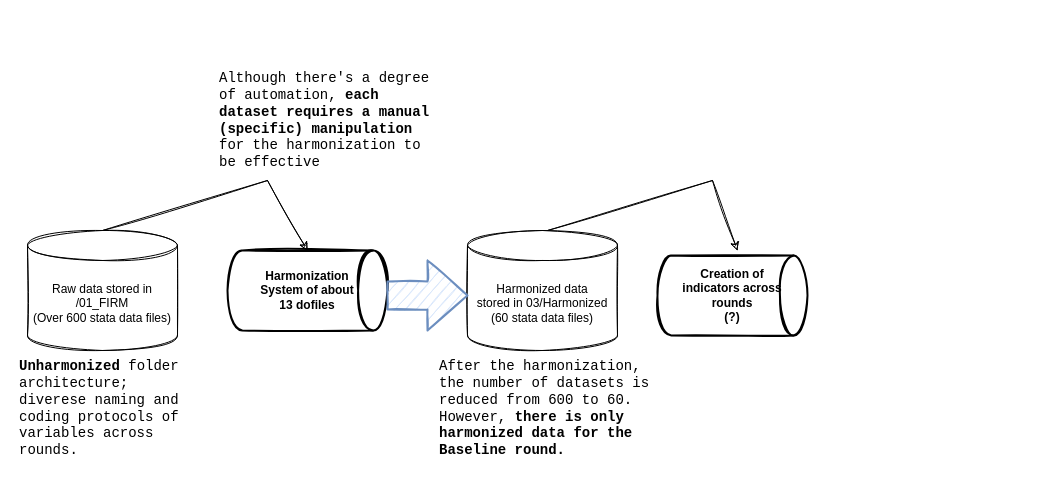
Above: report/Untitled Diagram.drawio in araupontones/MLS_concept (draw.io), before the change. Source tidied: cells renumbered, new cells numbered last; positions are measured from the earlier drawing's top-left corner, leaving out a move shared by most shapes. Both pictures are drawn from the tidied source at 100%, with x=0, y=0 at pixel (17, 60).
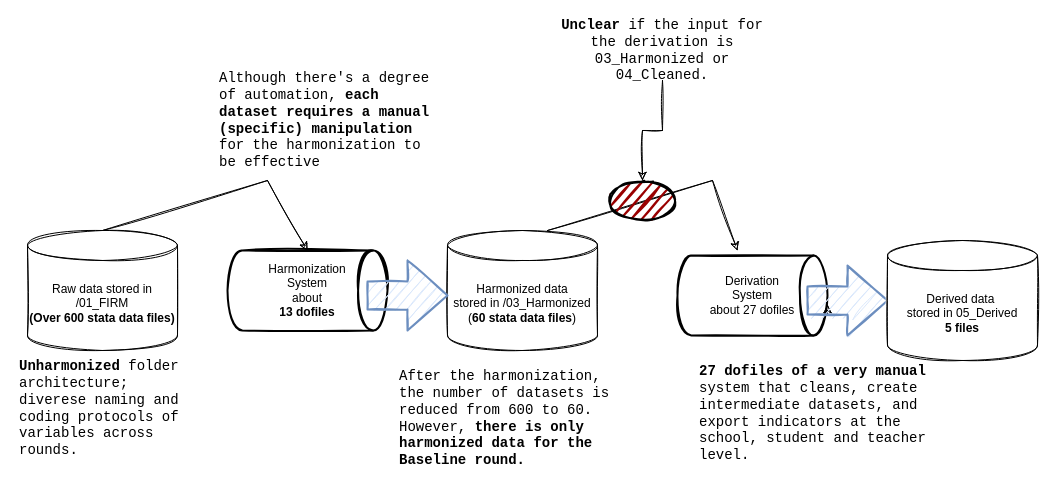
After the change.

The edit, as a diff of the source:
```diff
@@
-    <mxCell id="2" value="Harmonization&lt;br&gt;System of about &lt;br&gt;13 dofiles" style="strokeWidth=2;html=1;shape=mxgraph.flowchart.direct_data;align=center;sketch=1;verticalAlign=middle;whiteSpace=wrap;fontStyle=1;" parent="1" vertex="1">
+    <mxCell id="2" value="&lt;span style=&quot;font-weight: normal&quot;&gt;Harmonization&lt;/span&gt;&lt;br&gt;&lt;span style=&quot;font-weight: normal&quot;&gt;System&lt;/span&gt;&lt;br&gt;&lt;span style=&quot;font-weight: normal&quot;&gt;about &lt;/span&gt;&lt;br&gt;13 dofiles" style="strokeWidth=2;html=1;shape=mxgraph.flowchart.direct_data;align=center;verticalAlign=middle;whiteSpace=wrap;fontStyle=1;sketch=1;" parent="1" vertex="1">
       <mxGeometry x="210" y="190" width="160" height="80" as="geometry" />
     </mxCell>
@@
-    <mxCell id="4" value="Raw data stored in /01_FIRM&lt;br&gt;(Over 600 stata data files)" style="shape=cylinder3;whiteSpace=wrap;html=1;boundedLbl=1;backgroundOutline=1;size=15;sketch=1;" parent="1" vertex="1">
+    <mxCell id="4" value="Raw data stored in /01_FIRM&lt;br&gt;&lt;b&gt;(Over 600 stata data files)&lt;/b&gt;" style="shape=cylinder3;whiteSpace=wrap;html=1;boundedLbl=1;backgroundOutline=1;size=15;sketch=1;" parent="1" vertex="1">
       <mxGeometry x="10" y="170" width="150" height="120" as="geometry" />
     </mxCell>
-    <mxCell id="5" value="&lt;b&gt;Unharmonized&lt;/b&gt; folder architecture; diverese naming and coding protocols of variables across rounds." style="text;html=1;strokeColor=none;fillColor=none;align=left;verticalAlign=middle;whiteSpace=wrap;rounded=0;sketch=1;fontFamily=Courier New;fontSize=14;" parent="1" vertex="1">
+    <mxCell id="5" value="&lt;b&gt;Unharmonized&lt;/b&gt; folder architecture; diverese naming and coding protocols of variables across rounds." style="text;html=1;strokeColor=none;fillColor=none;align=left;verticalAlign=middle;whiteSpace=wrap;rounded=0;fontFamily=Courier New;fontSize=14;sketch=1;" parent="1" vertex="1">
       <mxGeometry y="295" width="185" height="106" as="geometry" />
     </mxCell>
-    <mxCell id="6" value="Harmonized data&lt;br&gt;stored in 03/Harmonized&lt;br&gt;(60 stata data files)" style="shape=cylinder3;whiteSpace=wrap;html=1;boundedLbl=1;backgroundOutline=1;size=15;sketch=1;" parent="1" vertex="1">
-      <mxGeometry x="450" y="170" width="150" height="120" as="geometry" />
+    <mxCell id="6" value="Harmonized data&lt;br&gt;stored in /03_Harmonized&lt;br&gt;(&lt;b&gt;60 stata data files&lt;/b&gt;)" style="shape=cylinder3;whiteSpace=wrap;html=1;boundedLbl=1;backgroundOutline=1;size=15;sketch=1;" parent="1" vertex="1">
+      <mxGeometry x="430" y="170" width="150" height="120" as="geometry" />
     </mxCell>
     <mxCell id="7" style="verticalLabelPosition=bottom;verticalAlign=top;html=1;strokeWidth=2;shape=mxgraph.arrows2.arrow;dy=0.6;dx=40;notch=0;labelBackgroundColor=#D5E8D4;fillColor=#dae8fc;strokeColor=#6c8ebf;sketch=1;" parent="1" vertex="1">
-      <mxGeometry x="370" y="200" width="80" height="70" as="geometry" />
+      <mxGeometry x="350" y="200" width="80" height="70" as="geometry" />
     </mxCell>
-    <mxCell id="8" value="Although there's a degree of automation, &lt;b&gt;each dataset requires a manual (specific) manipulation&lt;/b&gt; for the harmonization to be effective" style="text;html=1;strokeColor=none;fillColor=none;align=left;verticalAlign=middle;whiteSpace=wrap;rounded=0;sketch=1;fontFamily=Courier New;fontSize=14;" parent="1" vertex="1">
+    <mxCell id="8" value="Although there's a degree of automation, &lt;b&gt;each dataset requires a manual (specific) manipulation&lt;/b&gt; for the harmonization to be effective" style="text;html=1;strokeColor=none;fillColor=none;align=left;verticalAlign=middle;whiteSpace=wrap;rounded=0;fontFamily=Courier New;fontSize=14;sketch=1;" parent="1" vertex="1">
       <mxGeometry x="200" width="220" height="120" as="geometry" />
     </mxCell>
-    <mxCell id="9" value="After the harmonization, the number of datasets is reduced from 600 to 60. However, &lt;b&gt;there is only harmonized data for the Baseline round.&lt;/b&gt;" style="text;html=1;strokeColor=none;fillColor=none;align=left;verticalAlign=middle;whiteSpace=wrap;rounded=0;sketch=1;fontFamily=Courier New;fontSize=14;" parent="1" vertex="1">
-      <mxGeometry x="420" y="280" width="230" height="136" as="geometry" />
+    <mxCell id="9" value="After the harmonization, the number of datasets is reduced from 600 to 60. However, &lt;b&gt;there is only harmonized data for the Baseline round.&lt;/b&gt;" style="text;html=1;strokeColor=none;fillColor=none;align=left;verticalAlign=middle;whiteSpace=wrap;rounded=0;fontFamily=Courier New;fontSize=14;sketch=1;" parent="1" vertex="1">
+      <mxGeometry x="380" y="290" width="230" height="136" as="geometry" />
     </mxCell>
-    <mxCell id="10" value="Creation of&lt;br&gt;indicators across &lt;br&gt;rounds&lt;br&gt;(?)" style="strokeWidth=2;html=1;shape=mxgraph.flowchart.direct_data;align=center;sketch=1;verticalAlign=middle;whiteSpace=wrap;fontStyle=1;" parent="1" vertex="1">
-      <mxGeometry x="640" y="195" width="150" height="80" as="geometry" />
+    <mxCell id="10" value="&lt;span style=&quot;font-weight: normal&quot;&gt;Derivation&lt;br&gt;System&lt;br&gt;about 27 dofiles&lt;/span&gt;" style="strokeWidth=2;html=1;shape=mxgraph.flowchart.direct_data;align=center;verticalAlign=middle;whiteSpace=wrap;fontStyle=1;sketch=1;" parent="1" vertex="1">
+      <mxGeometry x="660" y="195" width="150" height="80" as="geometry" />
     </mxCell>
@@
+    <mxCell id="12" style="ellipse;whiteSpace=wrap;html=1;strokeWidth=2;fillWeight=2;hachureGap=8;fillColor=#990000;fillStyle=dots;sketch=1;" parent="1" vertex="1">
+      <mxGeometry x="590" y="120" width="70" height="40" as="geometry" />
+    </mxCell>
+    <mxCell id="13" style="edgeStyle=orthogonalEdgeStyle;rounded=0;jettySize=auto;html=1;exitX=0;exitY=0;exitDx=20;exitDy=49;exitPerimeter=0;entryX=1;entryY=0.613;entryDx=0;entryDy=0;entryPerimeter=0;sketch=1;" parent="1" edge="1" source="14" target="10">
+      <mxGeometry relative="1" as="geometry" />
+    </mxCell>
+    <mxCell id="14" style="verticalLabelPosition=bottom;verticalAlign=top;html=1;strokeWidth=2;shape=mxgraph.arrows2.arrow;dy=0.6;dx=40;notch=0;labelBackgroundColor=#D5E8D4;fillColor=#dae8fc;strokeColor=#6c8ebf;sketch=1;" parent="1" vertex="1">
+      <mxGeometry x="790" y="205" width="80" height="70" as="geometry" />
+    </mxCell>
+    <mxCell id="15" style="edgeStyle=orthogonalEdgeStyle;rounded=0;jettySize=auto;html=1;sketch=1;" parent="1" edge="1" source="16" target="12">
+      <mxGeometry relative="1" as="geometry" />
+    </mxCell>
+    <mxCell id="16" value="&lt;b&gt;Unclear &lt;/b&gt;if the input for the derivation is 03_Harmonized or 04_Cleaned." style="text;html=1;strokeColor=none;fillColor=none;align=center;verticalAlign=middle;whiteSpace=wrap;rounded=0;fontFamily=Courier New;fontSize=14;sketch=1;" parent="1" vertex="1">
+      <mxGeometry x="530" y="-40" width="230" height="60" as="geometry" />
+    </mxCell>
+    <mxCell id="17" value="Derived data&amp;nbsp;&lt;br&gt;stored in&amp;nbsp;05_Derived&lt;br&gt;&lt;b&gt;5 files&lt;/b&gt;" style="shape=cylinder3;whiteSpace=wrap;html=1;boundedLbl=1;backgroundOutline=1;size=15;sketch=1;" parent="1" vertex="1">
+      <mxGeometry x="870" y="180" width="150" height="120" as="geometry" />
+    </mxCell>
+    <mxCell id="18" value="&lt;b&gt;27&lt;/b&gt; &lt;b&gt;dofiles of a very manual&lt;/b&gt; system that cleans, create intermediate datasets, and export indicators at the school, student and teacher level." style="text;html=1;strokeColor=none;fillColor=none;align=left;verticalAlign=middle;whiteSpace=wrap;rounded=0;fontFamily=Courier New;fontSize=14;sketch=1;" parent="1" vertex="1">
+      <mxGeometry x="680" y="280" width="230" height="146" as="geometry" />
+    </mxCell>
```
